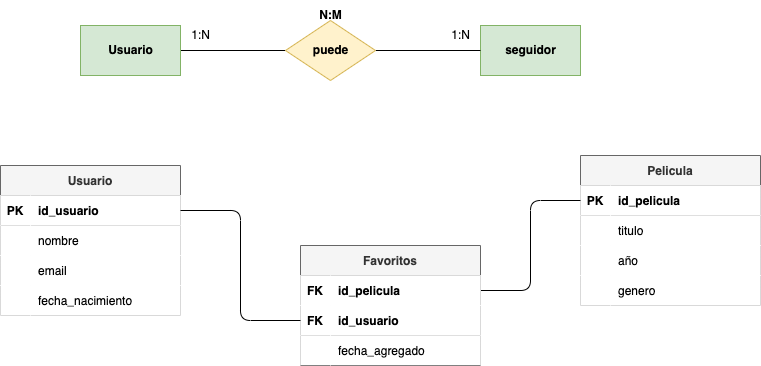
Earlier version of the draw.io export tareas/tarea-3/images/ejercicio9.drawio.png (deylansystem/actividadesBAE). Source tidied: cells renumbered, new cells last; positions are measured from the earlier drawing's top-left corner, leaving out a move shared by most shapes.
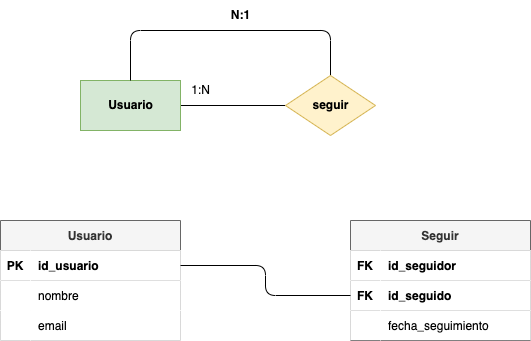
The same diagram one commit later.

Commit message:
se crea tarea 3

What changed in the source:
```diff
@@ -2,143 +2,91 @@
   <root>
     <mxCell id="0" />
     <mxCell id="1" parent="0" />
-    <mxCell id="2" style="edgeStyle=none;html=1;exitX=1;exitY=0.5;exitDx=0;exitDy=0;entryX=0;entryY=0.5;entryDx=0;entryDy=0;endArrow=none;endFill=0;" parent="1" edge="1" source="3" target="6">
-      <mxGeometry relative="1" as="geometry" />
-    </mxCell>
+    <mxCell id="47" style="edgeStyle=none;html=1;exitX=1;exitY=0.5;exitDx=0;exitDy=0;entryX=0;entryY=0.5;entryDx=0;entryDy=0;endArrow=none;endFill=0;" parent="1" edge="1" source="3" target="49">
+      <mxGeometry relative="1" as="geometry" />
+    </mxCell>
-    <mxCell id="3" value="&lt;b&gt;&lt;font color=&quot;#000000&quot;&gt;Usuario&lt;/font&gt;&lt;/b&gt;" style="html=1;dashed=0;whitespace=wrap;fillColor=#d5e8d4;strokeColor=#82b366;" parent="1" vertex="1">
+    <mxCell id="3" value="&lt;font color=&quot;#000000&quot;&gt;&lt;b&gt;Usuario&lt;/b&gt;&lt;/font&gt;" style="html=1;dashed=0;whitespace=wrap;fillColor=#d5e8d4;strokeColor=#82b366;" parent="1" vertex="1">
       <mxGeometry x="80" y="25" width="100" height="50" as="geometry" />
     </mxCell>
-    <mxCell id="4" value="&lt;b&gt;&lt;font color=&quot;#000000&quot;&gt;seguidor&lt;/font&gt;&lt;/b&gt;" style="html=1;dashed=0;whitespace=wrap;fillColor=#d5e8d4;strokeColor=#82b366;" parent="1" vertex="1">
-      <mxGeometry x="480" y="25" width="100" height="50" as="geometry" />
-    </mxCell>
-    <mxCell id="5" style="edgeStyle=none;html=1;exitX=1;exitY=0.5;exitDx=0;exitDy=0;entryX=0;entryY=0.5;entryDx=0;entryDy=0;endArrow=none;endFill=0;" parent="1" edge="1" source="6" target="4">
-      <mxGeometry relative="1" as="geometry" />
-    </mxCell>
-    <mxCell id="6" value="&lt;font color=&quot;#000000&quot;&gt;&lt;b&gt;puede&lt;/b&gt;&lt;/font&gt;" style="shape=rhombus;html=1;dashed=0;whitespace=wrap;perimeter=rhombusPerimeter;fillColor=#fff2cc;strokeColor=#d6b656;" parent="1" vertex="1">
-      <mxGeometry x="285" y="20" width="90" height="60" as="geometry" />
-    </mxCell>
-    <mxCell id="7" value="&lt;b&gt;N:M&lt;/b&gt;" style="text;html=1;align=center;verticalAlign=middle;strokeColor=none;fillColor=none;" parent="1" vertex="1">
-      <mxGeometry x="305" width="50" height="30" as="geometry" />
-    </mxCell>
-    <mxCell id="8" value="1:N" style="text;html=1;align=center;verticalAlign=middle;strokeColor=none;fillColor=none;" parent="1" vertex="1">
-      <mxGeometry x="180" y="20" width="40" height="30" as="geometry" />
-    </mxCell>
-    <mxCell id="9" value="1:N" style="text;html=1;align=center;verticalAlign=middle;strokeColor=none;fillColor=none;" parent="1" vertex="1">
-      <mxGeometry x="440" y="20" width="40" height="30" as="geometry" />
-    </mxCell>
+    <mxCell id="48" style="edgeStyle=orthogonalEdgeStyle;html=1;exitX=0.5;exitY=0;exitDx=0;exitDy=0;entryX=0.5;entryY=0;entryDx=0;entryDy=0;fontColor=#030303;endArrow=none;endFill=0;" parent="1" edge="1" source="49" target="3">
+      <mxGeometry relative="1" as="geometry">
+        <Array as="points">
+          <mxPoint x="330" y="-25" />
+          <mxPoint x="130" y="-25" />
+        </Array>
+      </mxGeometry>
+    </mxCell>
+    <mxCell id="49" value="&lt;b&gt;&lt;font color=&quot;#000000&quot;&gt;seguir&lt;/font&gt;&lt;/b&gt;" style="shape=rhombus;html=1;dashed=0;whitespace=wrap;perimeter=rhombusPerimeter;fillColor=#fff2cc;strokeColor=#d6b656;" parent="1" vertex="1">
+      <mxGeometry x="285" y="20" width="90" height="60" as="geometry" />
+    </mxCell>
+    <mxCell id="50" value="&lt;b&gt;N:1&lt;/b&gt;" style="text;html=1;align=center;verticalAlign=middle;strokeColor=none;fillColor=none;" parent="1" vertex="1">
+      <mxGeometry x="220" y="-55" width="40" height="30" as="geometry" />
+    </mxCell>
+    <mxCell id="51" value="1:N" style="text;html=1;align=center;verticalAlign=middle;strokeColor=none;fillColor=none;" parent="1" vertex="1">
+      <mxGeometry x="180" y="20" width="40" height="30" as="geometry" />
+    </mxCell>
     <mxCell id="10" value="Usuario" style="shape=table;startSize=30;rowLines=0;fontStyle=1;align=center;fillColor=#f5f5f5;strokeColor=#666666;fontColor=#333333;" parent="1" vertex="1">
-      <mxGeometry y="165" width="180" height="150" as="geometry" />
+      <mxGeometry y="165" width="180" height="120" as="geometry" />
     </mxCell>
-    <mxCell id="11" style="shape=tableRow;horizontal=0;startSize=0;swimlaneHead=0;swimlaneBody=0;fillColor=#FFFFFF;points=[[0,0.5],[1,0.5]];portConstraint=eastwest;top=0;left=0;right=0;bottom=1;fontColor=#000000;" parent="10" vertex="1">
-      <mxGeometry y="30" width="180" height="30" as="geometry" />
-    </mxCell>
-    <mxCell id="12" value="PK" style="shape=partialRectangle;fillColor=#FFFFFF;top=0;left=0;bottom=0;right=0;fontStyle=1;overflow=hidden;fontColor=#000000;" parent="11" vertex="1">
-      <mxGeometry width="30" height="30" as="geometry" />
-    </mxCell>
-    <mxCell id="13" value="id_usuario" style="shape=partialRectangle;fillColor=#FFFFFF;top=0;left=0;bottom=0;right=0;align=left;spacingLeft=6;fontStyle=1;overflow=hidden;fontColor=#000000;" parent="11" vertex="1">
-      <mxGeometry x="30" width="150" height="30" as="geometry" />
-    </mxCell>
-    <mxCell id="14" style="shape=tableRow;horizontal=0;startSize=0;swimlaneHead=0;swimlaneBody=0;fillColor=#FFFFFF;top=0;left=0;right=0;bottom=0;fontColor=#000000;" parent="10" vertex="1">
-      <mxGeometry y="60" width="180" height="30" as="geometry" />
-    </mxCell>
-    <mxCell id="15" style="shape=partialRectangle;fillColor=#FFFFFF;top=0;left=0;bottom=0;right=0;overflow=hidden;fontColor=#000000;" parent="14" vertex="1">
-      <mxGeometry width="30" height="30" as="geometry" />
-    </mxCell>
+    <mxCell id="52" style="shape=tableRow;horizontal=0;startSize=0;swimlaneHead=0;swimlaneBody=0;fillColor=#FFFFFF;points=[[0,0.5],[1,0.5]];portConstraint=eastwest;top=0;left=0;right=0;bottom=1;fontColor=#000000;" parent="10" vertex="1">
+      <mxGeometry y="30" width="180" height="30" as="geometry" />
+    </mxCell>
+    <mxCell id="53" value="PK" style="shape=partialRectangle;fillColor=#FFFFFF;top=0;left=0;bottom=0;right=0;fontStyle=1;overflow=hidden;fontColor=#000000;" parent="52" vertex="1">
+      <mxGeometry width="30" height="30" as="geometry" />
+    </mxCell>
+    <mxCell id="54" value="id_usuario" style="shape=partialRectangle;fillColor=#FFFFFF;top=0;left=0;bottom=0;right=0;align=left;spacingLeft=6;fontStyle=1;overflow=hidden;fontColor=#000000;" parent="52" vertex="1">
+      <mxGeometry x="30" width="150" height="30" as="geometry" />
+    </mxCell>
+    <mxCell id="55" style="shape=tableRow;horizontal=0;startSize=0;swimlaneHead=0;swimlaneBody=0;fillColor=#FFFFFF;top=0;left=0;right=0;bottom=0;fontColor=#000000;" parent="10" vertex="1">
+      <mxGeometry y="60" width="180" height="30" as="geometry" />
+    </mxCell>
+    <mxCell id="56" style="shape=partialRectangle;fillColor=#FFFFFF;top=0;left=0;bottom=0;right=0;overflow=hidden;fontColor=#000000;" parent="55" vertex="1">
+      <mxGeometry width="30" height="30" as="geometry" />
+    </mxCell>
-    <mxCell id="16" value="nombre" style="shape=partialRectangle;fillColor=#FFFFFF;top=0;left=0;bottom=0;right=0;align=left;spacingLeft=6;overflow=hidden;fontColor=#000000;" parent="14" vertex="1">
+    <mxCell id="16" value="nombre" style="shape=partialRectangle;fillColor=#FFFFFF;top=0;left=0;bottom=0;right=0;align=left;spacingLeft=6;overflow=hidden;fontColor=#000000;" parent="55" vertex="1">
       <mxGeometry x="30" width="150" height="30" as="geometry" />
     </mxCell>
-    <mxCell id="17" style="shape=tableRow;horizontal=0;startSize=0;swimlaneHead=0;swimlaneBody=0;fillColor=#FFFFFF;top=0;left=0;right=0;bottom=0;fontColor=#000000;" parent="10" vertex="1">
-      <mxGeometry y="90" width="180" height="30" as="geometry" />
-    </mxCell>
-    <mxCell id="18" style="shape=partialRectangle;fillColor=#FFFFFF;top=0;left=0;bottom=0;right=0;overflow=hidden;fontColor=#000000;" parent="17" vertex="1">
-      <mxGeometry width="30" height="30" as="geometry" />
-    </mxCell>
+    <mxCell id="57" style="shape=tableRow;horizontal=0;startSize=0;swimlaneHead=0;swimlaneBody=0;fillColor=#FFFFFF;top=0;left=0;right=0;bottom=0;fontColor=#000000;" parent="10" vertex="1">
+      <mxGeometry y="90" width="180" height="30" as="geometry" />
+    </mxCell>
+    <mxCell id="58" style="shape=partialRectangle;fillColor=#FFFFFF;top=0;left=0;bottom=0;right=0;overflow=hidden;fontColor=#000000;" parent="57" vertex="1">
+      <mxGeometry width="30" height="30" as="geometry" />
+    </mxCell>
-    <mxCell id="19" value="email" style="shape=partialRectangle;fillColor=#FFFFFF;top=0;left=0;bottom=0;right=0;align=left;spacingLeft=6;overflow=hidden;fontColor=#000000;" parent="17" vertex="1">
+    <mxCell id="19" value="email" style="shape=partialRectangle;fillColor=#FFFFFF;top=0;left=0;bottom=0;right=0;align=left;spacingLeft=6;overflow=hidden;fontColor=#000000;" parent="57" vertex="1">
       <mxGeometry x="30" width="150" height="30" as="geometry" />
     </mxCell>
-    <mxCell id="20" style="shape=tableRow;horizontal=0;startSize=0;swimlaneHead=0;swimlaneBody=0;fillColor=#FFFFFF;top=0;left=0;right=0;bottom=0;fontColor=#000000;" parent="10" vertex="1">
-      <mxGeometry y="120" width="180" height="30" as="geometry" />
-    </mxCell>
-    <mxCell id="21" style="shape=partialRectangle;fillColor=#FFFFFF;top=0;left=0;bottom=0;right=0;overflow=hidden;fontColor=#000000;" parent="20" vertex="1">
-      <mxGeometry width="30" height="30" as="geometry" />
-    </mxCell>
-    <mxCell id="22" value="fecha_nacimiento" style="shape=partialRectangle;fillColor=#FFFFFF;top=0;left=0;bottom=0;right=0;align=left;spacingLeft=6;overflow=hidden;fontColor=#000000;" parent="20" vertex="1">
-      <mxGeometry x="30" width="150" height="30" as="geometry" />
-    </mxCell>
-    <mxCell id="23" value="Pelicula" style="shape=table;startSize=30;rowLines=0;fontStyle=1;align=center;fillColor=#f5f5f5;strokeColor=#666666;fontColor=#333333;" parent="1" vertex="1">
-      <mxGeometry x="580" y="155" width="180" height="150" as="geometry" />
-    </mxCell>
-    <mxCell id="24" style="shape=tableRow;horizontal=0;startSize=0;swimlaneHead=0;swimlaneBody=0;fillColor=#FFFFFF;points=[[0,0.5],[1,0.5]];portConstraint=eastwest;top=0;left=0;right=0;bottom=1;fontColor=#000000;" parent="23" vertex="1">
-      <mxGeometry y="30" width="180" height="30" as="geometry" />
-    </mxCell>
-    <mxCell id="25" value="PK" style="shape=partialRectangle;fillColor=#FFFFFF;top=0;left=0;bottom=0;right=0;fontStyle=1;overflow=hidden;fontColor=#000000;" parent="24" vertex="1">
-      <mxGeometry width="30" height="30" as="geometry" />
-    </mxCell>
-    <mxCell id="26" value="id_pelicula" style="shape=partialRectangle;fillColor=#FFFFFF;top=0;left=0;bottom=0;right=0;align=left;spacingLeft=6;fontStyle=1;overflow=hidden;fontColor=#000000;" parent="24" vertex="1">
-      <mxGeometry x="30" width="150" height="30" as="geometry" />
-    </mxCell>
-    <mxCell id="27" style="shape=tableRow;horizontal=0;startSize=0;swimlaneHead=0;swimlaneBody=0;fillColor=#FFFFFF;top=0;left=0;right=0;bottom=0;fontColor=#000000;" parent="23" vertex="1">
-      <mxGeometry y="60" width="180" height="30" as="geometry" />
-    </mxCell>
-    <mxCell id="28" style="shape=partialRectangle;fillColor=#FFFFFF;top=0;left=0;bottom=0;right=0;overflow=hidden;fontColor=#000000;" parent="27" vertex="1">
-      <mxGeometry width="30" height="30" as="geometry" />
-    </mxCell>
-    <mxCell id="29" value="titulo" style="shape=partialRectangle;fillColor=#FFFFFF;top=0;left=0;bottom=0;right=0;align=left;spacingLeft=6;overflow=hidden;fontColor=#000000;" parent="27" vertex="1">
-      <mxGeometry x="30" width="150" height="30" as="geometry" />
-    </mxCell>
-    <mxCell id="30" style="shape=tableRow;horizontal=0;startSize=0;swimlaneHead=0;swimlaneBody=0;fillColor=#FFFFFF;top=0;left=0;right=0;bottom=0;fontColor=#000000;" parent="23" vertex="1">
-      <mxGeometry y="90" width="180" height="30" as="geometry" />
-    </mxCell>
-    <mxCell id="31" style="shape=partialRectangle;fillColor=#FFFFFF;top=0;left=0;bottom=0;right=0;overflow=hidden;fontColor=#000000;" parent="30" vertex="1">
-      <mxGeometry width="30" height="30" as="geometry" />
-    </mxCell>
-    <mxCell id="32" value="año" style="shape=partialRectangle;fillColor=#FFFFFF;top=0;left=0;bottom=0;right=0;align=left;spacingLeft=6;overflow=hidden;fontColor=#000000;" parent="30" vertex="1">
-      <mxGeometry x="30" width="150" height="30" as="geometry" />
-    </mxCell>
-    <mxCell id="33" style="shape=tableRow;horizontal=0;startSize=0;swimlaneHead=0;swimlaneBody=0;fillColor=#FFFFFF;top=0;left=0;right=0;bottom=0;fontColor=#000000;" parent="23" vertex="1">
-      <mxGeometry y="120" width="180" height="30" as="geometry" />
-    </mxCell>
-    <mxCell id="34" style="shape=partialRectangle;fillColor=#FFFFFF;top=0;left=0;bottom=0;right=0;overflow=hidden;fontColor=#000000;" parent="33" vertex="1">
-      <mxGeometry width="30" height="30" as="geometry" />
-    </mxCell>
-    <mxCell id="35" value="genero" style="shape=partialRectangle;fillColor=#FFFFFF;top=0;left=0;bottom=0;right=0;align=left;spacingLeft=6;overflow=hidden;fontColor=#000000;" parent="33" vertex="1">
-      <mxGeometry x="30" width="150" height="30" as="geometry" />
-    </mxCell>
-    <mxCell id="36" style="edgeStyle=elbowEdgeStyle;html=1;exitX=1;exitY=0.5;exitDx=0;exitDy=0;entryX=0;entryY=0.5;entryDx=0;entryDy=0;endArrow=none;endFill=0;" parent="1" edge="1" source="38" target="24">
-      <mxGeometry relative="1" as="geometry" />
-    </mxCell>
-    <mxCell id="37" value="Favoritos" style="shape=table;startSize=30;rowLines=0;fontStyle=1;align=center;fillColor=#f5f5f5;strokeColor=#666666;fontColor=#333333;" parent="1" vertex="1">
-      <mxGeometry x="300" y="245" width="180" height="120" as="geometry" />
-    </mxCell>
-    <mxCell id="38" style="shape=tableRow;horizontal=0;startSize=0;swimlaneHead=0;swimlaneBody=0;fillColor=#FFFFFF;points=[[0,0.5],[1,0.5]];portConstraint=eastwest;top=0;left=0;right=0;bottom=0;fontColor=#000000;" parent="37" vertex="1">
-      <mxGeometry y="30" width="180" height="30" as="geometry" />
-    </mxCell>
-    <mxCell id="39" value="FK" style="shape=partialRectangle;fillColor=#FFFFFF;top=0;left=0;bottom=0;right=0;overflow=hidden;fontColor=#000000;fontStyle=1;" parent="38" vertex="1">
-      <mxGeometry width="30" height="30" as="geometry" />
-    </mxCell>
-    <mxCell id="40" value="id_pelicula" style="shape=partialRectangle;fillColor=#FFFFFF;top=0;left=0;bottom=0;right=0;align=left;spacingLeft=6;overflow=hidden;fontColor=#000000;fontStyle=1;" parent="38" vertex="1">
-      <mxGeometry x="30" width="150" height="30" as="geometry" />
-    </mxCell>
+    <mxCell id="59" value="Seguir" style="shape=table;startSize=30;rowLines=0;fontStyle=1;align=center;fillColor=#f5f5f5;strokeColor=#666666;fontColor=#333333;" parent="1" vertex="1">
+      <mxGeometry x="350" y="165" width="180" height="120" as="geometry" />
+    </mxCell>
+    <mxCell id="60" style="shape=tableRow;horizontal=0;startSize=0;swimlaneHead=0;swimlaneBody=0;fillColor=#FFFFFF;top=0;left=0;right=0;bottom=1;fontColor=#000000;" parent="59" vertex="1">
+      <mxGeometry y="30" width="180" height="30" as="geometry" />
+    </mxCell>
+    <mxCell id="61" value="FK" style="shape=partialRectangle;fillColor=#FFFFFF;top=0;left=0;bottom=0;right=0;fontStyle=1;overflow=hidden;fontColor=#000000;" parent="60" vertex="1">
+      <mxGeometry width="30" height="30" as="geometry" />
+    </mxCell>
+    <mxCell id="62" value="id_seguidor" style="shape=partialRectangle;fillColor=#FFFFFF;top=0;left=0;bottom=0;right=0;align=left;spacingLeft=6;fontStyle=1;overflow=hidden;fontColor=#000000;" parent="60" vertex="1">
+      <mxGeometry x="30" width="150" height="30" as="geometry" />
+    </mxCell>
-    <mxCell id="41" style="shape=tableRow;horizontal=0;startSize=0;swimlaneHead=0;swimlaneBody=0;fillColor=#FFFFFF;points=[[0,0.5],[1,0.5]];portConstraint=eastwest;top=0;left=0;right=0;bottom=1;fontColor=#000000;" parent="37" vertex="1">
+    <mxCell id="41" style="shape=tableRow;horizontal=0;startSize=0;swimlaneHead=0;swimlaneBody=0;fillColor=#FFFFFF;points=[[0,0.5],[1,0.5]];portConstraint=eastwest;top=0;left=0;right=0;bottom=1;fontColor=#000000;" parent="59" vertex="1">
       <mxGeometry y="60" width="180" height="30" as="geometry" />
     </mxCell>
-    <mxCell id="42" value="FK" style="shape=partialRectangle;fillColor=#FFFFFF;top=0;left=0;bottom=0;right=0;fontStyle=1;overflow=hidden;fontColor=#000000;" parent="41" vertex="1">
-      <mxGeometry width="30" height="30" as="geometry" />
-    </mxCell>
-    <mxCell id="43" value="id_usuario" style="shape=partialRectangle;fillColor=#FFFFFF;top=0;left=0;bottom=0;right=0;align=left;spacingLeft=6;fontStyle=1;overflow=hidden;fontColor=#000000;" parent="41" vertex="1">
-      <mxGeometry x="30" width="150" height="30" as="geometry" />
-    </mxCell>
+    <mxCell id="63" value="FK" style="shape=partialRectangle;fillColor=#FFFFFF;top=0;left=0;bottom=0;right=0;fontStyle=1;overflow=hidden;fontColor=#000000;" parent="41" vertex="1">
+      <mxGeometry width="30" height="30" as="geometry" />
+    </mxCell>
+    <mxCell id="64" value="id_seguido" style="shape=partialRectangle;fillColor=#FFFFFF;top=0;left=0;bottom=0;right=0;align=left;spacingLeft=6;fontStyle=1;overflow=hidden;fontColor=#000000;" parent="41" vertex="1">
+      <mxGeometry x="30" width="150" height="30" as="geometry" />
+    </mxCell>
-    <mxCell id="44" style="shape=tableRow;horizontal=0;startSize=0;swimlaneHead=0;swimlaneBody=0;fillColor=#FFFFFF;top=0;left=0;right=0;bottom=1;fontColor=#000000;" parent="37" vertex="1">
+    <mxCell id="44" style="shape=tableRow;horizontal=0;startSize=0;swimlaneHead=0;swimlaneBody=0;fillColor=#FFFFFF;top=0;left=0;right=0;bottom=1;fontColor=#000000;" parent="59" vertex="1">
       <mxGeometry y="90" width="180" height="30" as="geometry" />
     </mxCell>
     <mxCell id="45" style="shape=partialRectangle;fillColor=#FFFFFF;top=0;left=0;bottom=0;right=0;fontStyle=1;overflow=hidden;fontColor=#000000;" parent="44" vertex="1">
       <mxGeometry width="30" height="30" as="geometry" />
     </mxCell>
-    <mxCell id="46" value="fecha_agregado" style="shape=partialRectangle;fillColor=#FFFFFF;top=0;left=0;bottom=0;right=0;align=left;spacingLeft=6;fontStyle=0;overflow=hidden;fontColor=#000000;" parent="44" vertex="1">
-      <mxGeometry x="30" width="150" height="30" as="geometry" />
-    </mxCell>
-    <mxCell id="47" style="edgeStyle=orthogonalEdgeStyle;html=1;exitX=1;exitY=0.5;exitDx=0;exitDy=0;entryX=0;entryY=0.5;entryDx=0;entryDy=0;endArrow=none;endFill=0;" parent="1" edge="1" source="11" target="41">
-      <mxGeometry relative="1" as="geometry" />
-    </mxCell>
+    <mxCell id="65" value="fecha_seguimiento" style="shape=partialRectangle;fillColor=#FFFFFF;top=0;left=0;bottom=0;right=0;align=left;spacingLeft=6;fontStyle=0;overflow=hidden;fontColor=#000000;" parent="44" vertex="1">
+      <mxGeometry x="30" width="150" height="30" as="geometry" />
+    </mxCell>
+    <mxCell id="66" style="edgeStyle=orthogonalEdgeStyle;html=1;exitX=1;exitY=0.5;exitDx=0;exitDy=0;entryX=0;entryY=0.5;entryDx=0;entryDy=0;endArrow=none;endFill=0;" parent="1" edge="1" source="52" target="41">
+      <mxGeometry relative="1" as="geometry" />
+    </mxCell>
   </root>
 </mxGraphModel>
```
